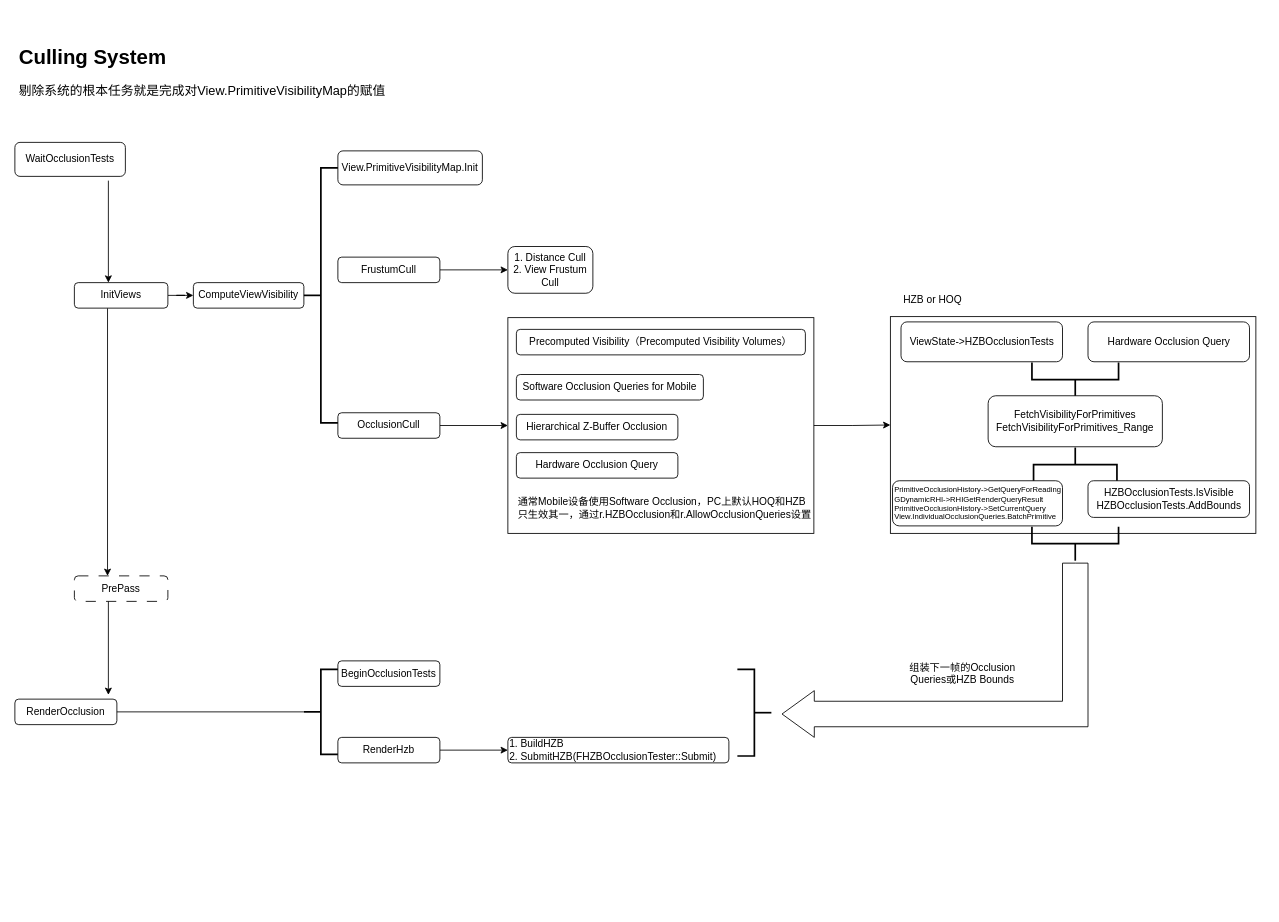
Above: CullingSystem.drawio in cedarz/UE4Gram (draw.io), before the change. Source tidied: cells renumbered, new cells numbered last; positions are measured from the earlier drawing's top-left corner, leaving out a move shared by most shapes. Both pictures are drawn from the tidied source at 85%, with x=0, y=0 at pixel (14, 40).
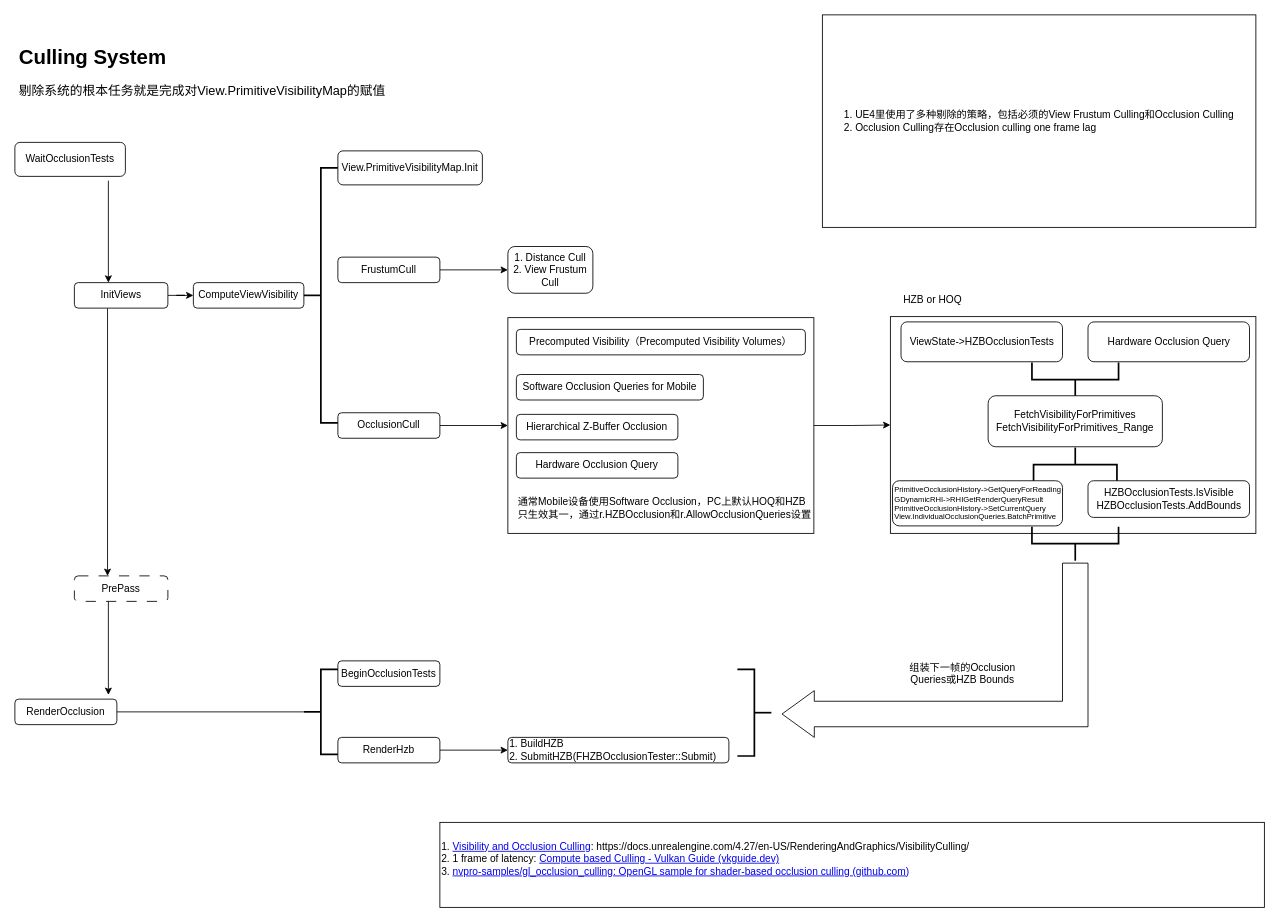
Above is the later version.

What changed in the source:
```diff
@@
+    <mxCell id="45" value="1. UE4里使用了多种剔除的策略，包括必须的View Frustum Culling和Occlusion Culling&lt;br&gt;&lt;div style=&quot;text-align: left;&quot;&gt;&lt;span style=&quot;background-color: initial;&quot;&gt;2. Occlusion Culling存在&lt;/span&gt;&lt;span style=&quot;background-color: initial;&quot;&gt;Occlusion culling one frame lag&lt;/span&gt;&lt;/div&gt;" style="rounded=0;whiteSpace=wrap;html=1;" parent="1" vertex="1">
+      <mxGeometry x="950" y="-30" width="510" height="250" as="geometry" />
+    </mxCell>
+    <mxCell id="46" value="1.&amp;nbsp;&lt;a href=&quot;https://docs.unrealengine.com/4.27/en-US/RenderingAndGraphics/VisibilityCulling/&quot;&gt;Visibility and Occlusion Culling&lt;/a&gt;: https://docs.unrealengine.com/4.27/en-US/RenderingAndGraphics/VisibilityCulling/&lt;br&gt;2.&amp;nbsp;1 frame of latency:&amp;nbsp;&lt;a href=&quot;https://vkguide.dev/docs/gpudriven/compute_culling/&quot;&gt;Compute based Culling - Vulkan Guide (vkguide.dev)&lt;/a&gt;&lt;br&gt;3.&amp;nbsp;&lt;a href=&quot;https://github.com/nvpro-samples/gl_occlusion_culling&quot;&gt;nvpro-samples/gl_occlusion_culling: OpenGL sample for shader-based occlusion culling (github.com)&lt;/a&gt;&lt;br&gt;&amp;nbsp;" style="rounded=0;whiteSpace=wrap;html=1;align=left;" parent="1" vertex="1">
+      <mxGeometry x="500" y="920" width="970" height="100" as="geometry" />
+    </mxCell>
```
